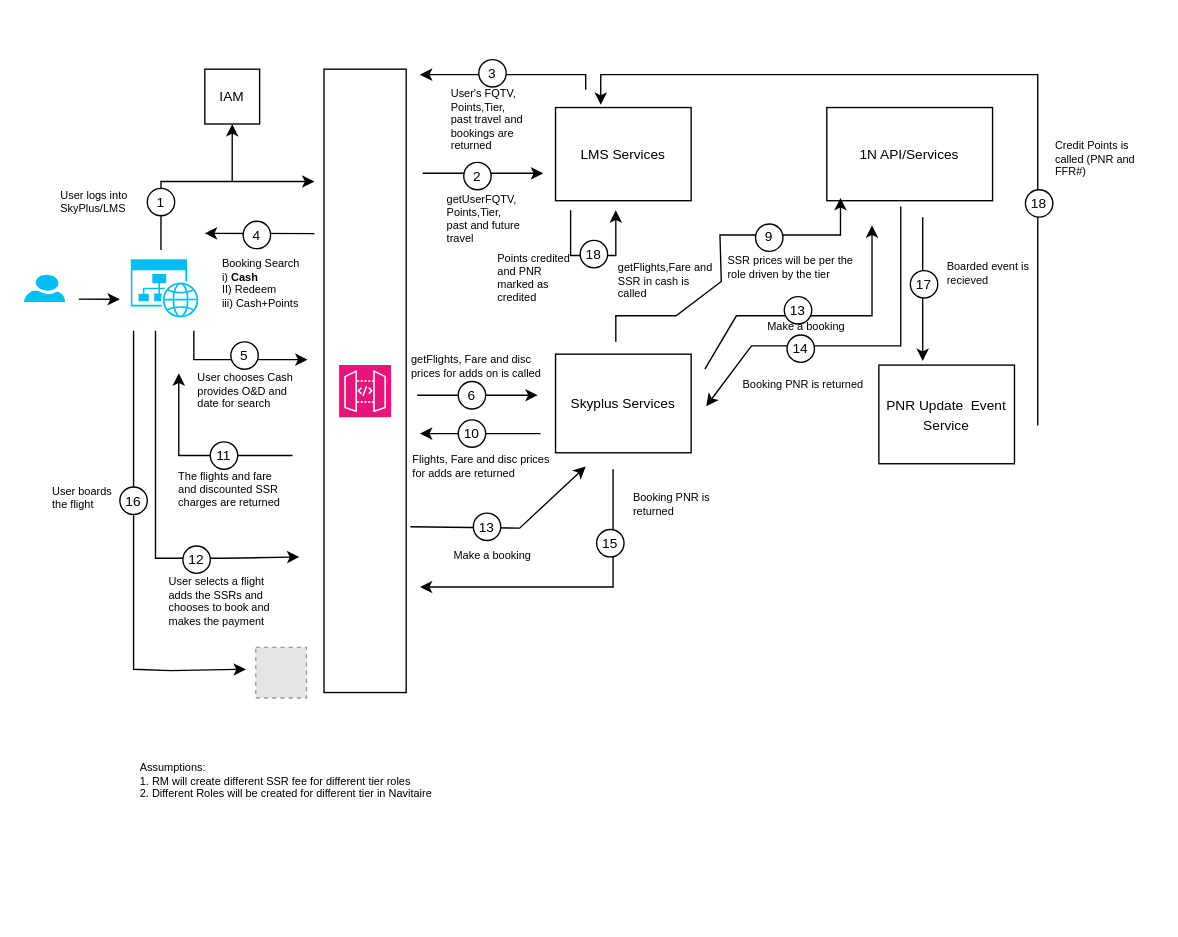
nchauhan4/drawings keeps this draw.io diagram as page "Search Flights" (1 of 2) of Earn_Booking_Flow.drawio. Above is the earlier version. Source tidied: cells renumbered, new cells numbered last; positions are measured from the earlier drawing's top-left corner, leaving out a move shared by most shapes. Both pictures are drawn from the tidied source at 137%, with x=0, y=0 at pixel (23, 59). Pictures stored in the file or linked from it are replaced by grey dashed boxes.
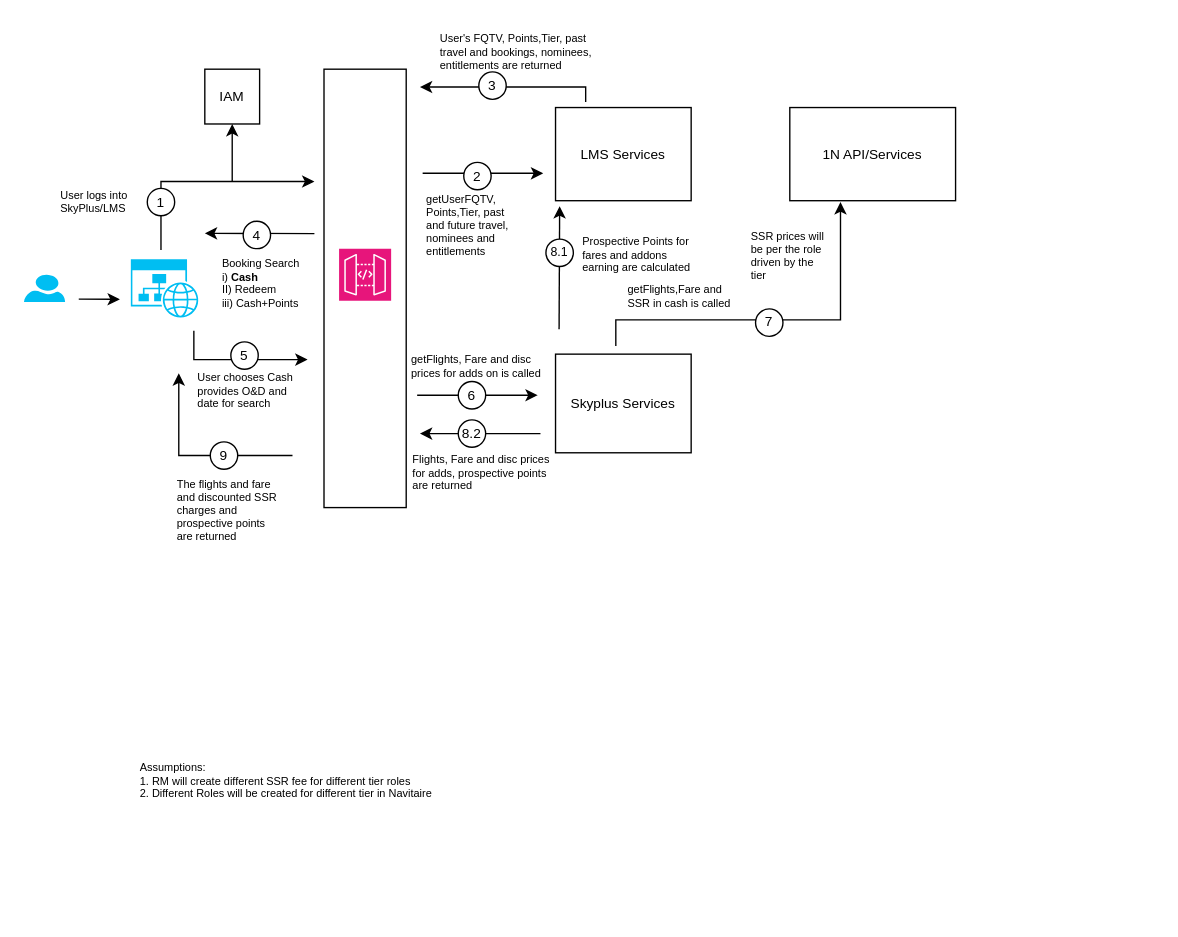
After the change.

Diff of the diagram source:
```diff
@@
     <mxCell id="3" style="rounded=0;whiteSpace=wrap;html=1;" parent="1" vertex="1">
-      <mxGeometry x="219" y="7" width="60" height="455" as="geometry" />
+      <mxGeometry x="219" y="7" width="60" height="320" as="geometry" />
     </mxCell>
@@
     <mxCell id="5" style="sketch=0;fontColor=#232F3E;fillColor=#E7157B;strokeColor=#ffffff;dashed=0;verticalLabelPosition=bottom;verticalAlign=top;align=center;html=1;fontSize=12;fontStyle=0;shape=mxgraph.aws4.resourceIcon;resIcon=mxgraph.aws4.api_gateway;" parent="1" vertex="1">
-      <mxGeometry x="230" y="223" width="38" height="38" as="geometry" />
+      <mxGeometry x="230" y="138" width="38" height="38" as="geometry" />
     </mxCell>
@@
     <mxCell id="24" value="&lt;font style=&quot;font-size: 10px;&quot;&gt;1N API/Services&lt;/font&gt;" style="rounded=0;whiteSpace=wrap;html=1;" parent="1" vertex="1">
-      <mxGeometry x="586" y="35" width="121" height="68" as="geometry" />
+      <mxGeometry x="559" y="35" width="121" height="68" as="geometry" />
     </mxCell>
@@
-    <mxCell id="27" value="getUserFQTV, Points,Tier, past and future travel" style="text;html=1;strokeColor=none;fillColor=none;align=left;verticalAlign=top;whiteSpace=wrap;rounded=0;fontSize=8;" parent="1" vertex="1">
-      <mxGeometry x="306.8" y="91" width="58.5" height="53" as="geometry" />
+    <mxCell id="27" value="getUserFQTV, Points,Tier, past and future travel, nominees and entitlements" style="text;html=1;strokeColor=none;fillColor=none;align=left;verticalAlign=top;whiteSpace=wrap;rounded=0;fontSize=8;" parent="1" vertex="1">
+      <mxGeometry x="292" y="91" width="73.2" height="60" as="geometry" />
     </mxCell>
     <mxCell id="28" value="getFlights,Fare and SSR in cash is called" style="text;html=1;strokeColor=none;fillColor=none;align=left;verticalAlign=top;whiteSpace=wrap;rounded=0;fontSize=8;" parent="1" vertex="1">
-      <mxGeometry x="432" y="141" width="72.8" height="33" as="geometry" />
+      <mxGeometry x="438.8" y="157" width="82.8" height="33" as="geometry" />
     </mxCell>
@@
-    <mxCell id="33" style="endArrow=classic;html=1;rounded=0;" parent="1" edge="1">
-      <mxGeometry relative="1" as="geometry">
-        <mxPoint x="640" y="107.2" as="sourcePoint" />
-        <mxPoint x="498" y="253" as="targetPoint" />
-        <Array as="points">
-          <mxPoint x="640" y="129.2" />
-          <mxPoint x="640" y="165" />
-          <mxPoint x="640" y="187" />
-          <mxPoint x="640" y="209" />
-          <mxPoint x="531" y="209" />
-        </Array>
-      </mxGeometry>
-    </mxCell>
     <mxCell id="34" style="endArrow=classic;html=1;rounded=0;" parent="1" edge="1">
       <mxGeometry relative="1" as="geometry">
-        <mxPoint x="432" y="206" as="sourcePoint" />
-        <mxPoint x="596" y="101" as="targetPoint" />
+        <mxPoint x="432" y="209" as="sourcePoint" />
+        <mxPoint x="596" y="104" as="targetPoint" />
         <Array as="points">
-          <mxPoint x="432" y="187" />
-          <mxPoint x="476" y="187" />
-          <mxPoint x="509" y="162" />
-          <mxPoint x="508" y="128" />
-          <mxPoint x="596" y="128" />
+          <mxPoint x="432" y="190" />
+          <mxPoint x="476" y="190" />
+          <mxPoint x="596" y="190" />
+          <mxPoint x="596" y="131" />
         </Array>
       </mxGeometry>
     </mxCell>
     <mxCell id="35" style="ellipse;whiteSpace=wrap;html=1;" parent="1" vertex="1">
-      <mxGeometry x="534" y="120" width="20" height="20" as="geometry" />
+      <mxGeometry x="534" y="182" width="20" height="20" as="geometry" />
     </mxCell>
-    <mxCell id="36" value="&lt;font style=&quot;font-size: 10px;&quot;&gt;9&lt;/font&gt;" style="text;html=1;strokeColor=none;fillColor=none;align=center;verticalAlign=middle;whiteSpace=wrap;rounded=0;" parent="1" vertex="1">
-      <mxGeometry x="529" y="119" width="30" height="20" as="geometry" />
+    <mxCell id="36" value="&lt;font style=&quot;font-size: 10px;&quot;&gt;7&lt;/font&gt;" style="text;html=1;strokeColor=none;fillColor=none;align=center;verticalAlign=middle;whiteSpace=wrap;rounded=0;" parent="1" vertex="1">
+      <mxGeometry x="529" y="181" width="30" height="20" as="geometry" />
     </mxCell>
@@
-    <mxCell id="39" value="&lt;font style=&quot;font-size: 10px;&quot;&gt;10&lt;/font&gt;" style="text;html=1;strokeColor=none;fillColor=none;align=center;verticalAlign=middle;whiteSpace=wrap;rounded=0;" parent="1" vertex="1">
+    <mxCell id="39" value="&lt;font style=&quot;font-size: 10px;&quot;&gt;8.2&lt;/font&gt;" style="text;html=1;strokeColor=none;fillColor=none;align=center;verticalAlign=middle;whiteSpace=wrap;rounded=0;" parent="1" vertex="1">
       <mxGeometry x="312" y="263" width="30" height="20" as="geometry" />
     </mxCell>
@@
-    <mxCell id="42" value="&lt;font style=&quot;font-size: 10px;&quot;&gt;11&lt;/font&gt;" style="text;html=1;strokeColor=none;fillColor=none;align=center;verticalAlign=middle;whiteSpace=wrap;rounded=0;" parent="1" vertex="1">
+    <mxCell id="42" value="&lt;font style=&quot;font-size: 10px;&quot;&gt;9&lt;/font&gt;" style="text;html=1;strokeColor=none;fillColor=none;align=center;verticalAlign=middle;whiteSpace=wrap;rounded=0;" parent="1" vertex="1">
       <mxGeometry x="131" y="279" width="30" height="20" as="geometry" />
     </mxCell>
     <mxCell id="43" style="endArrow=classic;html=1;rounded=0;" parent="1" edge="1">
       <mxGeometry relative="1" as="geometry">
-        <mxPoint x="410" y="22" as="sourcePoint" />
-        <mxPoint x="289" y="11" as="targetPoint" />
+        <mxPoint x="410" y="31" as="sourcePoint" />
+        <mxPoint x="289" y="20" as="targetPoint" />
         <Array as="points">
-          <mxPoint x="410" y="11" />
+          <mxPoint x="410" y="20" />
         </Array>
       </mxGeometry>
     </mxCell>
-    <mxCell id="44" value="User's FQTV, Points,Tier, past travel and bookings are returned" style="text;html=1;strokeColor=none;fillColor=none;align=left;verticalAlign=top;whiteSpace=wrap;rounded=0;fontSize=8;" parent="1" vertex="1">
-      <mxGeometry x="310" y="14" width="58.5" height="52" as="geometry" />
+    <mxCell id="44" value="User's FQTV, Points,Tier, past travel and bookings, nominees, entitlements are returned" style="text;html=1;strokeColor=none;fillColor=none;align=left;verticalAlign=top;whiteSpace=wrap;rounded=0;fontSize=8;" parent="1" vertex="1">
+      <mxGeometry x="301.8" y="-26" width="120.2" height="52" as="geometry" />
     </mxCell>
     <mxCell id="45" style="ellipse;whiteSpace=wrap;html=1;" parent="1" vertex="1">
-      <mxGeometry x="332" width="20" height="20" as="geometry" />
+      <mxGeometry x="332" y="9" width="20" height="20" as="geometry" />
     </mxCell>
     <mxCell id="46" value="&lt;font style=&quot;font-size: 10px;&quot;&gt;3&lt;/font&gt;" style="text;html=1;strokeColor=none;fillColor=none;align=center;verticalAlign=middle;whiteSpace=wrap;rounded=0;" parent="1" vertex="1">
-      <mxGeometry x="327" width="30" height="20" as="geometry" />
+      <mxGeometry x="327" y="9" width="30" height="20" as="geometry" />
     </mxCell>
@@
-    <mxCell id="48" value="The flights and fare and discounted SSR charges are returned" style="text;html=1;strokeColor=none;fillColor=none;align=left;verticalAlign=top;whiteSpace=wrap;rounded=0;fontSize=8;" parent="1" vertex="1">
-      <mxGeometry x="110.8" y="293" width="79.2" height="33" as="geometry" />
+    <mxCell id="48" value="The flights and fare and discounted SSR charges and prospective points are returned" style="text;html=1;strokeColor=none;fillColor=none;align=left;verticalAlign=top;whiteSpace=wrap;rounded=0;fontSize=8;" parent="1" vertex="1">
+      <mxGeometry x="110" y="299" width="79.2" height="48" as="geometry" />
     </mxCell>
-    <mxCell id="49" style="endArrow=classic;html=1;rounded=0;" parent="1" edge="1">
-      <mxGeometry relative="1" as="geometry">
-        <mxPoint x="96" y="198" as="sourcePoint" />
-        <mxPoint x="201" y="363" as="targetPoint" />
-        <Array as="points">
-          <mxPoint x="96" y="364" />
-          <mxPoint x="146" y="364" />
-        </Array>
-      </mxGeometry>
-    </mxCell>
-    <mxCell id="50" value="User selects a flight adds the SSRs and chooses to book and makes the payment" style="text;html=1;strokeColor=none;fillColor=none;align=left;verticalAlign=top;whiteSpace=wrap;rounded=0;fontSize=8;" parent="1" vertex="1">
-      <mxGeometry x="103.8" y="370" width="86.2" height="59" as="geometry" />
-    </mxCell>
-    <mxCell id="51" style="ellipse;whiteSpace=wrap;html=1;" parent="1" vertex="1">
-      <mxGeometry x="116" y="355" width="20" height="20" as="geometry" />
-    </mxCell>
-    <mxCell id="52" value="&lt;font style=&quot;font-size: 10px;&quot;&gt;12&lt;/font&gt;" style="text;html=1;strokeColor=none;fillColor=none;align=center;verticalAlign=middle;whiteSpace=wrap;rounded=0;" parent="1" vertex="1">
-      <mxGeometry x="111" y="355" width="30" height="20" as="geometry" />
-    </mxCell>
-    <mxCell id="53" value="Flights, Fare and disc prices for adds are returned" style="text;html=1;strokeColor=none;fillColor=none;align=left;verticalAlign=top;whiteSpace=wrap;rounded=0;fontSize=8;" parent="1" vertex="1">
+    <mxCell id="53" value="Flights, Fare and disc prices for adds, prospective points are returned" style="text;html=1;strokeColor=none;fillColor=none;align=left;verticalAlign=top;whiteSpace=wrap;rounded=0;fontSize=8;" parent="1" vertex="1">
       <mxGeometry x="282.4" y="281" width="109.2" height="18" as="geometry" />
     </mxCell>
     <mxCell id="54" value="SSR prices will be per the role driven by the tier&amp;nbsp;&amp;nbsp;" style="text;html=1;strokeColor=none;fillColor=none;align=left;verticalAlign=top;whiteSpace=wrap;rounded=0;fontSize=8;" parent="1" vertex="1">
-      <mxGeometry x="512" y="136" width="94.8" height="33" as="geometry" />
+      <mxGeometry x="529" y="118" width="64" height="33" as="geometry" />
     </mxCell>
-    <mxCell id="55" value="&lt;span style=&quot;font-size: 10px;&quot;&gt;PNR Update&amp;nbsp; Event Service&lt;/span&gt;" style="rounded=0;whiteSpace=wrap;html=1;" parent="1" vertex="1">
-      <mxGeometry x="624" y="223" width="99" height="72" as="geometry" />
-    </mxCell>
-    <mxCell id="56" style="endArrow=classic;html=1;rounded=0;" parent="1" edge="1">
-      <mxGeometry relative="1" as="geometry">
-        <mxPoint x="282" y="341" as="sourcePoint" />
-        <mxPoint x="410" y="297" as="targetPoint" />
-        <Array as="points">
-          <mxPoint x="361.8" y="342" />
-        </Array>
-      </mxGeometry>
-    </mxCell>
-    <mxCell id="57" style="ellipse;whiteSpace=wrap;html=1;" parent="1" vertex="1">
-      <mxGeometry x="328" y="331" width="20" height="20" as="geometry" />
-    </mxCell>
-    <mxCell id="58" value="&lt;font style=&quot;font-size: 10px;&quot;&gt;13&lt;/font&gt;" style="text;html=1;strokeColor=none;fillColor=none;align=center;verticalAlign=middle;whiteSpace=wrap;rounded=0;" parent="1" vertex="1">
-      <mxGeometry x="323" y="331" width="30" height="20" as="geometry" />
-    </mxCell>
-    <mxCell id="59" value="Make a booking" style="text;html=1;strokeColor=none;fillColor=none;align=left;verticalAlign=top;whiteSpace=wrap;rounded=0;fontSize=8;" parent="1" vertex="1">
-      <mxGeometry x="311.8" y="351" width="109.2" height="18" as="geometry" />
-    </mxCell>
-    <mxCell id="60" style="endArrow=classic;html=1;rounded=0;" parent="1" edge="1">
-      <mxGeometry relative="1" as="geometry">
-        <mxPoint x="497" y="226" as="sourcePoint" />
-        <mxPoint x="619" y="121" as="targetPoint" />
-        <Array as="points">
-          <mxPoint x="520" y="187" />
-          <mxPoint x="619" y="187" />
-        </Array>
-      </mxGeometry>
-    </mxCell>
-    <mxCell id="61" value="Make a booking" style="text;html=1;strokeColor=none;fillColor=none;align=left;verticalAlign=top;whiteSpace=wrap;rounded=0;fontSize=8;" parent="1" vertex="1">
-      <mxGeometry x="540.8" y="184" width="109.2" height="18" as="geometry" />
-    </mxCell>
-    <mxCell id="62" style="ellipse;whiteSpace=wrap;html=1;" parent="1" vertex="1">
-      <mxGeometry x="555" y="173" width="20" height="20" as="geometry" />
-    </mxCell>
-    <mxCell id="63" value="&lt;font style=&quot;font-size: 10px;&quot;&gt;13&lt;/font&gt;" style="text;html=1;strokeColor=none;fillColor=none;align=center;verticalAlign=middle;whiteSpace=wrap;rounded=0;" parent="1" vertex="1">
-      <mxGeometry x="550" y="173" width="30" height="20" as="geometry" />
-    </mxCell>
-    <mxCell id="64" style="ellipse;whiteSpace=wrap;html=1;" parent="1" vertex="1">
-      <mxGeometry x="557" y="201" width="20" height="20" as="geometry" />
-    </mxCell>
-    <mxCell id="65" value="&lt;font style=&quot;font-size: 10px;&quot;&gt;14&lt;/font&gt;" style="text;html=1;strokeColor=none;fillColor=none;align=center;verticalAlign=middle;whiteSpace=wrap;rounded=0;" parent="1" vertex="1">
-      <mxGeometry x="552" y="201" width="30" height="20" as="geometry" />
-    </mxCell>
-    <mxCell id="66" value="Booking PNR is returned" style="text;html=1;strokeColor=none;fillColor=none;align=left;verticalAlign=top;whiteSpace=wrap;rounded=0;fontSize=8;" parent="1" vertex="1">
-      <mxGeometry x="522.8" y="226" width="109.2" height="18" as="geometry" />
-    </mxCell>
-    <mxCell id="67" style="endArrow=classic;html=1;rounded=0;" parent="1" edge="1">
-      <mxGeometry relative="1" as="geometry">
-        <mxPoint x="430" y="299" as="sourcePoint" />
-        <mxPoint x="289" y="385" as="targetPoint" />
-        <Array as="points">
-          <mxPoint x="430" y="385" />
-        </Array>
-      </mxGeometry>
-    </mxCell>
-    <mxCell id="68" value="Booking PNR is returned" style="text;html=1;strokeColor=none;fillColor=none;align=left;verticalAlign=top;whiteSpace=wrap;rounded=0;fontSize=8;" parent="1" vertex="1">
-      <mxGeometry x="443" y="308.5" width="74.2" height="18" as="geometry" />
-    </mxCell>
-    <mxCell id="69" style="ellipse;whiteSpace=wrap;html=1;" parent="1" vertex="1">
-      <mxGeometry x="418" y="343" width="20" height="20" as="geometry" />
-    </mxCell>
-    <mxCell id="70" value="&lt;font style=&quot;font-size: 10px;&quot;&gt;15&lt;/font&gt;" style="text;html=1;strokeColor=none;fillColor=none;align=center;verticalAlign=middle;whiteSpace=wrap;rounded=0;" parent="1" vertex="1">
-      <mxGeometry x="413" y="343" width="30" height="20" as="geometry" />
-    </mxCell>
-    <mxCell id="71" style="fillColor=#E6E6E6;strokeColor=#999999;dashed=1;html=1;verticalAlign=top;verticalLabelPosition=bottom;labelBackgroundColor=#ffffff;" parent="1" vertex="1">
-      <mxGeometry x="169.2" y="429" width="37" height="37" as="geometry" />
-    </mxCell>
-    <mxCell id="72" style="endArrow=classic;html=1;rounded=0;" parent="1" edge="1">
-      <mxGeometry relative="1" as="geometry">
-        <mxPoint x="80" y="198" as="sourcePoint" />
-        <mxPoint x="162" y="445" as="targetPoint" />
-        <Array as="points">
-          <mxPoint x="80" y="445" />
-          <mxPoint x="107" y="446" />
-        </Array>
-      </mxGeometry>
-    </mxCell>
-    <mxCell id="73" value="User boards the flight&amp;nbsp;" style="text;html=1;strokeColor=none;fillColor=none;align=left;verticalAlign=top;whiteSpace=wrap;rounded=0;fontSize=8;" parent="1" vertex="1">
-      <mxGeometry x="19" y="304" width="55.1" height="27" as="geometry" />
-    </mxCell>
-    <mxCell id="74" style="ellipse;whiteSpace=wrap;html=1;" parent="1" vertex="1">
-      <mxGeometry x="70" y="312" width="20" height="20" as="geometry" />
-    </mxCell>
-    <mxCell id="75" value="&lt;font style=&quot;font-size: 10px;&quot;&gt;16&lt;/font&gt;" style="text;html=1;strokeColor=none;fillColor=none;align=center;verticalAlign=middle;whiteSpace=wrap;rounded=0;" parent="1" vertex="1">
-      <mxGeometry x="65" y="312" width="30" height="20" as="geometry" />
-    </mxCell>
-    <mxCell id="76" style="endArrow=classic;html=1;rounded=0;" parent="1" edge="1">
-      <mxGeometry relative="1" as="geometry">
-        <mxPoint x="656" y="115" as="sourcePoint" />
-        <mxPoint x="656" y="220" as="targetPoint" />
-      </mxGeometry>
-    </mxCell>
-    <mxCell id="77" style="ellipse;whiteSpace=wrap;html=1;" parent="1" vertex="1">
-      <mxGeometry x="647" y="154" width="20" height="20" as="geometry" />
-    </mxCell>
-    <mxCell id="78" value="&lt;font style=&quot;font-size: 10px;&quot;&gt;17&lt;/font&gt;" style="text;html=1;strokeColor=none;fillColor=none;align=center;verticalAlign=middle;whiteSpace=wrap;rounded=0;" parent="1" vertex="1">
-      <mxGeometry x="642" y="154" width="30" height="20" as="geometry" />
-    </mxCell>
-    <mxCell id="79" value="Boarded event is recieved" style="text;html=1;strokeColor=none;fillColor=none;align=left;verticalAlign=top;whiteSpace=wrap;rounded=0;fontSize=8;" parent="1" vertex="1">
-      <mxGeometry x="672" y="140" width="74.2" height="18" as="geometry" />
-    </mxCell>
-    <mxCell id="80" style="endArrow=classic;html=1;rounded=0;" parent="1" edge="1">
-      <mxGeometry relative="1" as="geometry">
-        <mxPoint x="740" y="267" as="sourcePoint" />
-        <mxPoint x="421" y="33" as="targetPoint" />
-        <Array as="points">
-          <mxPoint x="740" y="11" />
-          <mxPoint x="586" y="11" />
-          <mxPoint x="421" y="11" />
-        </Array>
-      </mxGeometry>
-    </mxCell>
-    <mxCell id="81" style="ellipse;whiteSpace=wrap;html=1;" parent="1" vertex="1">
-      <mxGeometry x="731" y="95" width="20" height="20" as="geometry" />
-    </mxCell>
-    <mxCell id="82" value="&lt;font style=&quot;font-size: 10px;&quot;&gt;18&lt;/font&gt;" style="text;html=1;strokeColor=none;fillColor=none;align=center;verticalAlign=middle;whiteSpace=wrap;rounded=0;" parent="1" vertex="1">
-      <mxGeometry x="729" y="99" width="24" height="12" as="geometry" />
-    </mxCell>
-    <mxCell id="83" value="Credit Points is called (PNR and FFR#)" style="text;html=1;strokeColor=none;fillColor=none;align=left;verticalAlign=top;whiteSpace=wrap;rounded=0;fontSize=8;" parent="1" vertex="1">
-      <mxGeometry x="751" y="52" width="74.2" height="18" as="geometry" />
-    </mxCell>
-    <mxCell id="84" style="endArrow=classic;html=1;rounded=0;" parent="1" edge="1">
-      <mxGeometry relative="1" as="geometry">
-        <mxPoint x="399" y="110" as="sourcePoint" />
-        <mxPoint x="432" y="110" as="targetPoint" />
-        <Array as="points">
-          <mxPoint x="399" y="143" />
-          <mxPoint x="432" y="143" />
-        </Array>
-      </mxGeometry>
-    </mxCell>
-    <mxCell id="85" style="ellipse;whiteSpace=wrap;html=1;" parent="1" vertex="1">
-      <mxGeometry x="406" y="132" width="20" height="20" as="geometry" />
-    </mxCell>
-    <mxCell id="86" value="&lt;font style=&quot;font-size: 10px;&quot;&gt;18&lt;/font&gt;" style="text;html=1;strokeColor=none;fillColor=none;align=center;verticalAlign=middle;whiteSpace=wrap;rounded=0;" parent="1" vertex="1">
-      <mxGeometry x="404" y="136" width="24" height="12" as="geometry" />
-    </mxCell>
-    <mxCell id="87" value="Points credited and PNR marked as credited" style="text;html=1;strokeColor=none;fillColor=none;align=left;verticalAlign=top;whiteSpace=wrap;rounded=0;fontSize=8;" parent="1" vertex="1">
-      <mxGeometry x="343.8" y="134" width="58.5" height="33" as="geometry" />
-    </mxCell>
+    <mxCell id="88" style="endArrow=classic;html=1;rounded=0;" parent="1" edge="1">
+      <mxGeometry relative="1" as="geometry">
+        <mxPoint x="390.6" y="196.8" as="sourcePoint" />
+        <mxPoint x="391" y="107" as="targetPoint" />
+      </mxGeometry>
+    </mxCell>
+    <mxCell id="89" style="ellipse;whiteSpace=wrap;html=1;" parent="1" vertex="1">
+      <mxGeometry x="381" y="131" width="20" height="20" as="geometry" />
+    </mxCell>
+    <mxCell id="90" value="&lt;font style=&quot;font-size: 9px;&quot;&gt;8.1&lt;/font&gt;" style="text;html=1;strokeColor=none;fillColor=none;align=center;verticalAlign=middle;whiteSpace=wrap;rounded=0;" parent="1" vertex="1">
+      <mxGeometry x="376" y="130" width="30" height="20" as="geometry" />
+    </mxCell>
+    <mxCell id="91" value="Prospective Points for fares and addons earning are calculated" style="text;html=1;strokeColor=none;fillColor=none;align=left;verticalAlign=top;whiteSpace=wrap;rounded=0;fontSize=8;" parent="1" vertex="1">
+      <mxGeometry x="405.8" y="122" width="82.8" height="33" as="geometry" />
+    </mxCell>
```
